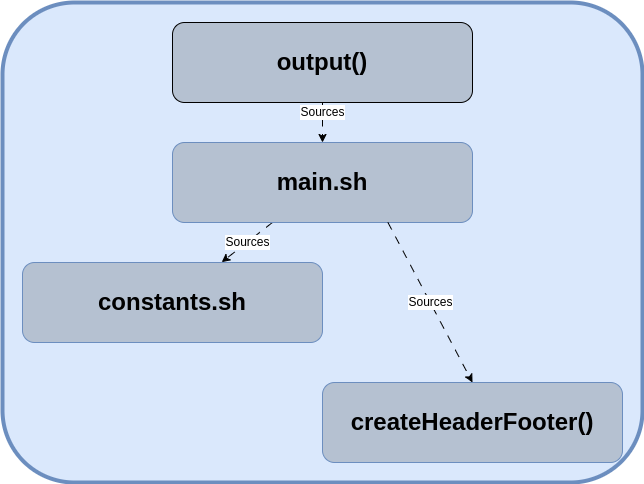
ReedClanton/bash_base keeps this draw.io diagram as docs/diagrams/output.png. Above is the earlier version. Source tidied: cells renumbered, new cells last; positions are measured from the earlier drawing's top-left corner, leaving out a move shared by most shapes.
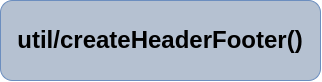
The same diagram one commit later.

Commit message:
Updated diagram so it reflect directory structure and added title to README.md.

Change to the diagram source:
```diff
@@ -2,32 +2,8 @@
   <root>
     <mxCell id="0" />
     <mxCell id="1" parent="0" />
-    <mxCell id="2" style="group;" parent="1" vertex="1">
-      <mxGeometry width="640" height="480" as="geometry" />
+    <mxCell id="2" value="&lt;h1&gt;util/createHeaderFooter()&lt;/h1&gt;" style="rounded=1;whiteSpace=wrap;html=1;fillColor=#B5C1D1;strokeColor=#6c8ebf;" parent="1" vertex="1">
+      <mxGeometry width="320" height="80" as="geometry" />
     </mxCell>
-    <mxCell id="3" style="rounded=1;whiteSpace=wrap;html=1;fillColor=#dae8fc;strokeColor=#6c8ebf;strokeWidth=4;" parent="2" vertex="1">
-      <mxGeometry width="640" height="480" as="geometry" />
-    </mxCell>
-    <mxCell id="4" value="&lt;h1&gt;output()&lt;/h1&gt;" style="rounded=1;whiteSpace=wrap;html=1;fillColor=#B5C1D1;strokeColor=default;strokeWidth=1;" parent="2" vertex="1">
-      <mxGeometry x="170" y="20" width="300" height="80" as="geometry" />
-    </mxCell>
-    <mxCell id="5" value="&lt;h1&gt;createHeaderFooter()&lt;/h1&gt;" style="rounded=1;whiteSpace=wrap;html=1;fillColor=#B5C1D1;strokeColor=#6c8ebf;" parent="2" vertex="1">
-      <mxGeometry x="320" y="380" width="300" height="80" as="geometry" />
-    </mxCell>
-    <mxCell id="6" value="&lt;h1&gt;constants.sh&lt;/h1&gt;" style="rounded=1;whiteSpace=wrap;html=1;fillColor=#B5C1D1;strokeColor=#6c8ebf;" parent="2" vertex="1">
-      <mxGeometry x="20" y="260" width="300" height="80" as="geometry" />
-    </mxCell>
-    <mxCell id="7" value="&lt;font style=&quot;font-size: 12px;&quot;&gt;Sources&lt;/font&gt;" style="endArrow=classic;html=1;rounded=0;exitX=0.333;exitY=1;exitDx=0;exitDy=0;exitPerimeter=0;entryX=0.664;entryY=-0.004;entryDx=0;entryDy=0;entryPerimeter=0;dashed=1;dashPattern=8 8;" parent="2" edge="1" source="9" target="6">
-      <mxGeometry relative="1" as="geometry" />
-    </mxCell>
-    <mxCell id="8" value="&lt;font style=&quot;font-size: 12px;&quot;&gt;Sources&lt;/font&gt;" style="endArrow=classic;html=1;rounded=0;exitX=0.5;exitY=1;exitDx=0;exitDy=0;entryX=0.5;entryY=0;entryDx=0;entryDy=0;dashed=1;dashPattern=8 8;" parent="2" edge="1" source="4" target="9">
-      <mxGeometry x="-0.5" relative="1" as="geometry" />
-    </mxCell>
-    <mxCell id="9" value="&lt;h1&gt;main.sh&lt;/h1&gt;" style="rounded=1;whiteSpace=wrap;html=1;fillColor=#B5C1D1;strokeColor=#6c8ebf;" parent="2" vertex="1">
-      <mxGeometry x="170" y="140" width="300" height="80" as="geometry" />
-    </mxCell>
-    <mxCell id="10" value="&lt;font style=&quot;font-size: 12px;&quot;&gt;Sources&lt;/font&gt;" style="endArrow=classic;html=1;rounded=0;exitX=0.718;exitY=0.999;exitDx=0;exitDy=0;exitPerimeter=0;entryX=0.5;entryY=0;entryDx=0;entryDy=0;dashed=1;dashPattern=8 8;" parent="2" edge="1" source="9" target="5">
-      <mxGeometry relative="1" as="geometry" />
-    </mxCell>
   </root>
 </mxGraphModel>
```
